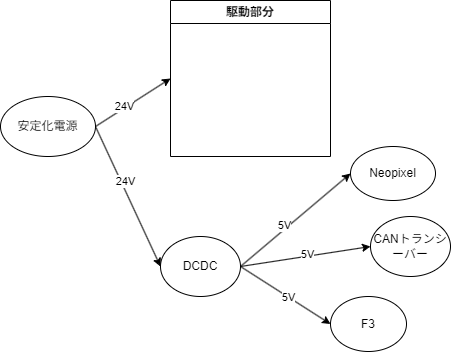
Above: MD_Power.drawio.png in ladledaemon/UFO_Catcher_drawio (draw.io), before the change. Source tidied: cells renumbered, new cells last; positions are measured from the earlier drawing's top-left corner, leaving out a move shared by most shapes.
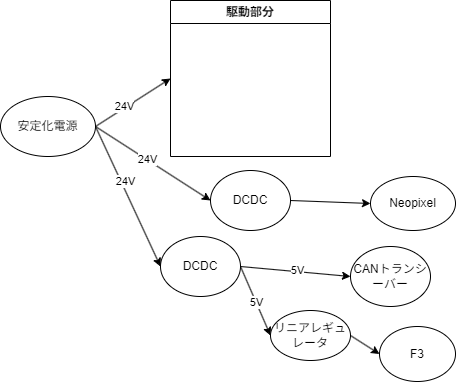
The same diagram one commit later.

Commit message:
電源構成に嘘

Change to the diagram source:
```diff
@@ -9,21 +9,15 @@
       <mxGeometry x="0.03" y="2" relative="1" as="geometry" />
     </mxCell>
     <mxCell id="4" value="F3" style="ellipse;whiteSpace=wrap;html=1;" parent="1" vertex="1">
-      <mxGeometry x="330" y="296" width="76" height="55" as="geometry" />
+      <mxGeometry x="379" y="326" width="76" height="55" as="geometry" />
     </mxCell>
     <mxCell id="5" value="Neopixel" style="ellipse;whiteSpace=wrap;html=1;" parent="1" vertex="1">
-      <mxGeometry x="350" y="146" width="85" height="54" as="geometry" />
+      <mxGeometry x="370" y="176" width="85" height="54" as="geometry" />
     </mxCell>
     <mxCell id="6" value="CANトランシーバー" style="ellipse;whiteSpace=wrap;html=1;" parent="1" vertex="1">
-      <mxGeometry x="370" y="216" width="80" height="60" as="geometry" />
+      <mxGeometry x="350" y="246" width="80" height="60" as="geometry" />
     </mxCell>
-    <mxCell id="7" style="edgeStyle=none;html=1;entryX=0;entryY=0.5;entryDx=0;entryDy=0;exitX=1;exitY=0.5;exitDx=0;exitDy=0;" parent="1" edge="1" source="11" target="5">
-      <mxGeometry relative="1" as="geometry" />
-    </mxCell>
-    <mxCell id="8" value="5V" style="edgeLabel;html=1;align=center;verticalAlign=middle;" parent="7" vertex="1">
-      <mxGeometry x="-0.17" y="3" relative="1" as="geometry" />
-    </mxCell>
-    <mxCell id="9" style="edgeStyle=none;html=1;exitX=1;exitY=0.5;exitDx=0;exitDy=0;entryX=0;entryY=0.5;entryDx=0;entryDy=0;" parent="1" edge="1" source="11" target="4">
+    <mxCell id="9" style="edgeStyle=none;html=1;exitX=1;exitY=0.5;exitDx=0;exitDy=0;entryX=0;entryY=0.5;entryDx=0;entryDy=0;" parent="1" edge="1" source="11" target="21">
       <mxGeometry relative="1" as="geometry" />
     </mxCell>
     <mxCell id="10" value="5V" style="edgeLabel;html=1;align=center;verticalAlign=middle;" parent="9" vertex="1">
@@ -46,11 +40,29 @@
     <mxCell id="15" value="24V" style="edgeLabel;html=1;align=center;verticalAlign=middle;" parent="14" vertex="1">
       <mxGeometry x="-0.22" y="2" relative="1" as="geometry" />
     </mxCell>
+    <mxCell id="18" style="edgeStyle=none;html=1;entryX=0;entryY=0.5;entryDx=0;entryDy=0;exitX=1;exitY=0.5;exitDx=0;exitDy=0;" parent="1" edge="1" source="16" target="23">
+      <mxGeometry relative="1" as="geometry" />
+    </mxCell>
+    <mxCell id="19" value="24V" style="edgeLabel;html=1;align=center;verticalAlign=middle;" parent="18" vertex="1">
+      <mxGeometry x="-0.11" y="1" relative="1" as="geometry" />
+    </mxCell>
     <mxCell id="16" value="安定化電源" style="ellipse;whiteSpace=wrap;html=1;" parent="1" vertex="1">
       <mxGeometry y="96" width="95" height="60" as="geometry" />
     </mxCell>
     <mxCell id="17" value="駆動部分" style="swimlane;whiteSpace=wrap;html=1;" parent="1" vertex="1">
       <mxGeometry x="170" width="160" height="156" as="geometry" />
     </mxCell>
+    <mxCell id="20" style="edgeStyle=none;html=1;entryX=0;entryY=0.5;entryDx=0;entryDy=0;exitX=1;exitY=0.5;exitDx=0;exitDy=0;" parent="1" edge="1" source="21" target="4">
+      <mxGeometry relative="1" as="geometry" />
+    </mxCell>
+    <mxCell id="21" value="リニアレギュレータ" style="ellipse;whiteSpace=wrap;html=1;" parent="1" vertex="1">
+      <mxGeometry x="270" y="310" width="80" height="50" as="geometry" />
+    </mxCell>
+    <mxCell id="22" style="edgeStyle=none;html=1;exitX=1;exitY=0.5;exitDx=0;exitDy=0;entryX=0;entryY=0.5;entryDx=0;entryDy=0;" parent="1" edge="1" source="23" target="5">
+      <mxGeometry relative="1" as="geometry" />
+    </mxCell>
+    <mxCell id="23" value="DCDC" style="ellipse;whiteSpace=wrap;html=1;" parent="1" vertex="1">
+      <mxGeometry x="210" y="170" width="80" height="60" as="geometry" />
+    </mxCell>
   </root>
 </mxGraphModel>
```
